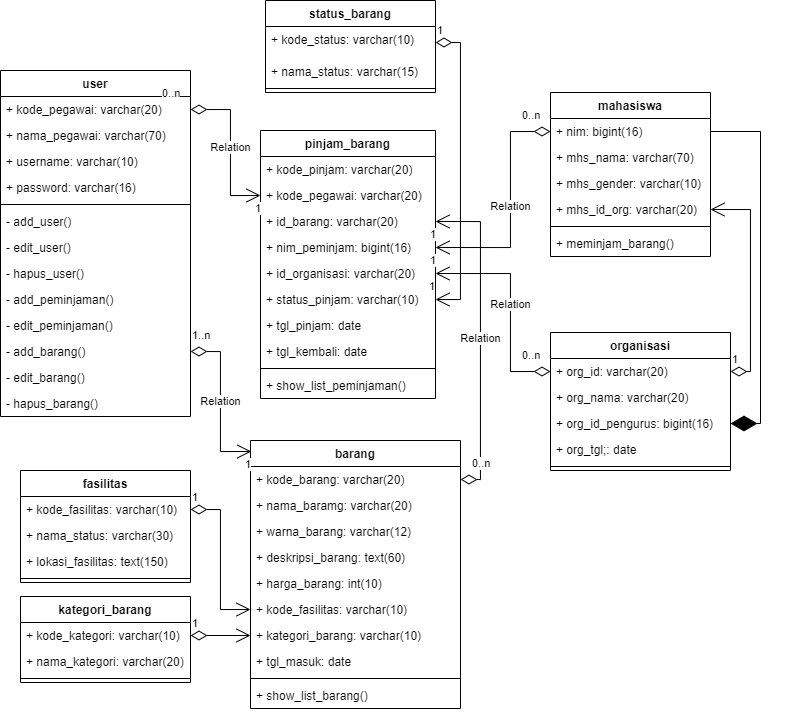
Before: uml/uml diagram class inventory kampus.drawio.png, a diagram exported from draw.io (ZarelLast/Tugas_MDPL_Praktik). Source tidied: cells renumbered, new cells last; positions are measured from the earlier drawing's top-left corner, leaving out a move shared by most shapes.
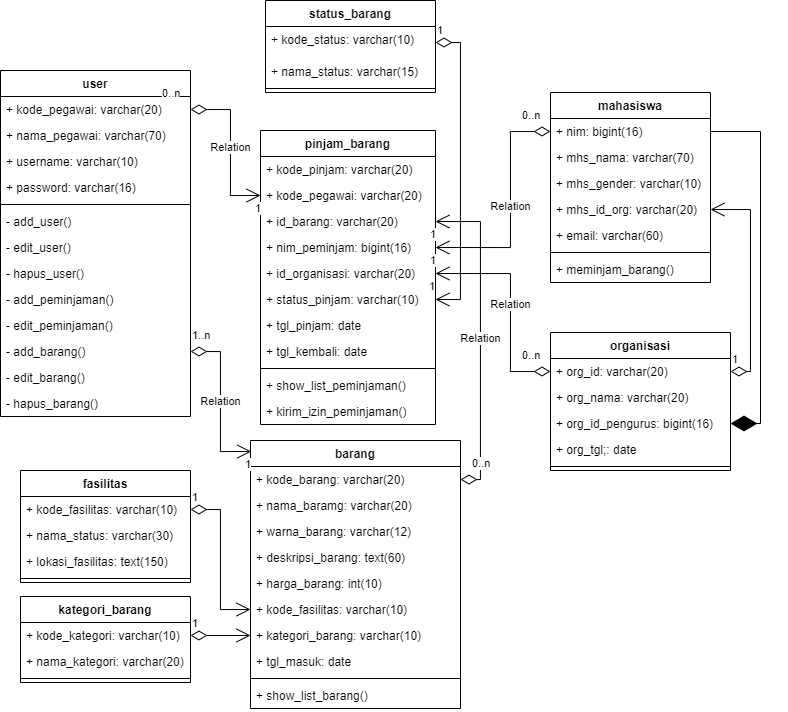
Later version of the same file.

Commit message:
+ field email

The edit, as a diff of the source:
```diff
@@ -78,7 +78,7 @@
       <mxGeometry y="242" width="210" height="26" as="geometry" />
     </mxCell>
     <mxCell id="27" value="pinjam_barang" style="swimlane;fontStyle=1;align=center;verticalAlign=top;horizontal=1;startSize=26;" parent="1" vertex="1">
-      <mxGeometry x="260" y="130" width="175" height="268" as="geometry" />
+      <mxGeometry x="260" y="130" width="175" height="294" as="geometry" />
     </mxCell>
     <mxCell id="28" value="+ kode_pinjam: varchar(20)" style="text;strokeColor=none;fillColor=none;align=left;verticalAlign=top;spacingLeft=4;spacingRight=4;overflow=hidden;" parent="27" vertex="1">
       <mxGeometry y="26" width="175" height="26" as="geometry" />
@@ -110,8 +110,11 @@
     <mxCell id="37" value="+ show_list_peminjaman()" style="text;strokeColor=none;fillColor=none;align=left;verticalAlign=top;spacingLeft=4;spacingRight=4;overflow=hidden;" parent="27" vertex="1">
       <mxGeometry y="242" width="175" height="26" as="geometry" />
     </mxCell>
+    <mxCell id="84" value="+ kirim_izin_peminjaman()" style="text;strokeColor=none;fillColor=none;align=left;verticalAlign=top;spacingLeft=4;spacingRight=4;overflow=hidden;" parent="27" vertex="1">
+      <mxGeometry y="268" width="175" height="26" as="geometry" />
+    </mxCell>
     <mxCell id="38" value="mahasiswa" style="swimlane;fontStyle=1;align=center;verticalAlign=top;horizontal=1;startSize=26;" parent="1" vertex="1">
-      <mxGeometry x="550" y="92" width="160" height="164" as="geometry" />
+      <mxGeometry x="550" y="92" width="160" height="190" as="geometry" />
     </mxCell>
     <mxCell id="39" value="+ nim: bigint(16)" style="text;strokeColor=none;fillColor=none;align=left;verticalAlign=top;spacingLeft=4;spacingRight=4;overflow=hidden;points=[[0,0.5],[1,0.5]];portConstraint=eastwest;" parent="38" vertex="1">
       <mxGeometry y="26" width="160" height="26" as="geometry" />
@@ -125,11 +128,14 @@
     <mxCell id="42" value="+ mhs_id_org: varchar(20)" style="text;strokeColor=none;fillColor=none;align=left;verticalAlign=top;spacingLeft=4;spacingRight=4;overflow=hidden;points=[[0,0.5],[1,0.5]];portConstraint=eastwest;" parent="38" vertex="1">
       <mxGeometry y="104" width="160" height="26" as="geometry" />
     </mxCell>
+    <mxCell id="85" value="+ email: varchar(60)" style="text;strokeColor=none;fillColor=none;align=left;verticalAlign=top;spacingLeft=4;spacingRight=4;overflow=hidden;" parent="38" vertex="1">
+      <mxGeometry y="130" width="160" height="26" as="geometry" />
+    </mxCell>
     <mxCell id="43" style="line;strokeWidth=1;fillColor=none;align=left;verticalAlign=middle;spacingTop=-1;spacingLeft=3;spacingRight=3;labelPosition=right;" parent="38" vertex="1">
-      <mxGeometry y="130" width="160" height="8" as="geometry" />
+      <mxGeometry y="156" width="160" height="8" as="geometry" />
     </mxCell>
     <mxCell id="44" value="+ meminjam_barang()" style="text;strokeColor=none;fillColor=none;align=left;verticalAlign=top;spacingLeft=4;spacingRight=4;overflow=hidden;" parent="38" vertex="1">
-      <mxGeometry y="138" width="160" height="26" as="geometry" />
+      <mxGeometry y="164" width="160" height="26" as="geometry" />
     </mxCell>
     <mxCell id="45" value="organisasi" style="swimlane;fontStyle=1;align=center;verticalAlign=top;horizontal=1;startSize=26;" parent="1" vertex="1">
       <mxGeometry x="550" y="332" width="180" height="138" as="geometry" />
```
